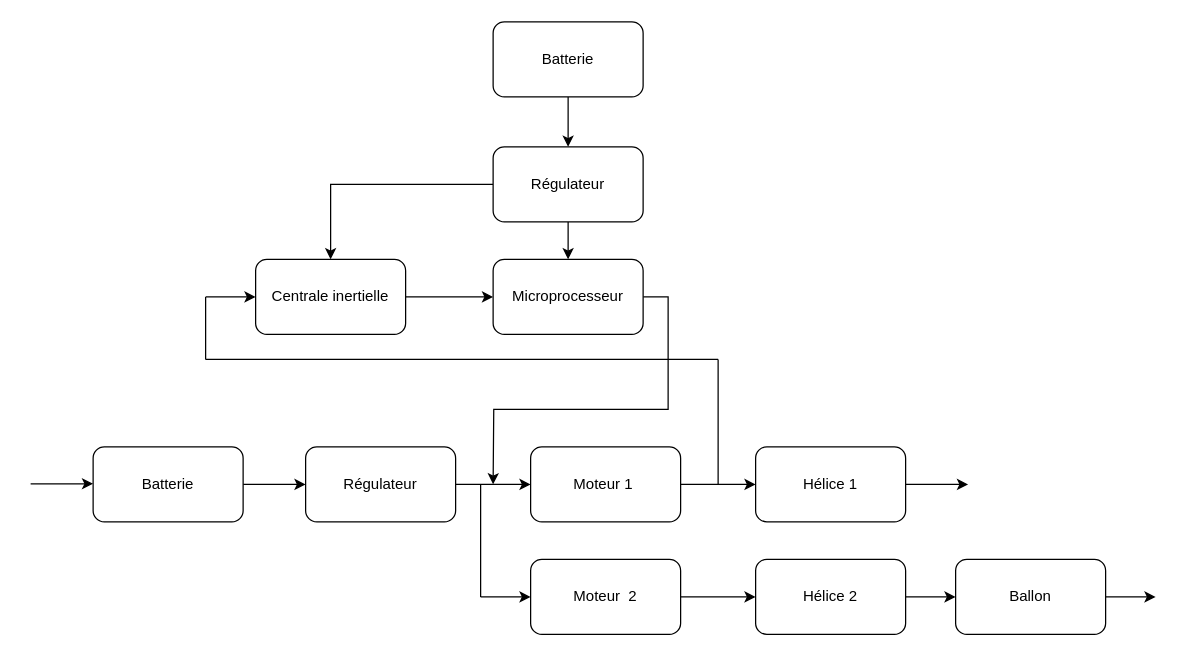
Before: Diagramme sans nom.drawio in 0reoAurelien/projet-hovercraft, a draw.io diagram. Source tidied: cells renumbered, new cells numbered last; positions are measured from the earlier drawing's top-left corner, leaving out a move shared by most shapes. Both pictures are drawn from the tidied source at 125%, with x=0, y=0 at pixel (30, 21).
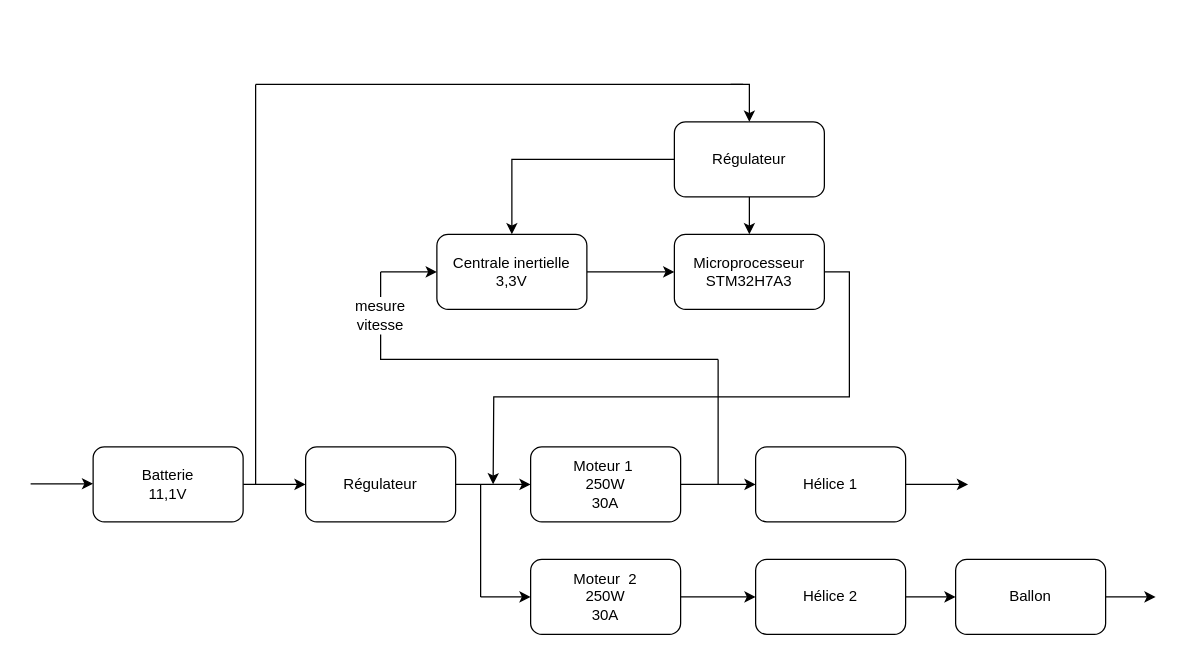
The same diagram, later.

Commit message:
Mettre à jour Diagramme sans nom.drawio

Change to the diagram source:
```diff
@@
-    <mxCell id="3" value="Moteur 1&amp;nbsp;" style="rounded=1;whiteSpace=wrap;html=1;" parent="1" vertex="1">
+    <mxCell id="3" value="Moteur 1&amp;nbsp;&lt;br&gt;250W&lt;br&gt;30A" style="rounded=1;whiteSpace=wrap;html=1;" parent="1" vertex="1">
       <mxGeometry x="400" y="340" width="120" height="60" as="geometry" />
     </mxCell>
@@
-    <mxCell id="5" value="Centrale inertielle" style="rounded=1;whiteSpace=wrap;html=1;" parent="1" vertex="1">
-      <mxGeometry x="180" y="190" width="120" height="60" as="geometry" />
+    <mxCell id="5" value="Centrale inertielle&lt;br&gt;3,3V" style="rounded=1;whiteSpace=wrap;html=1;" parent="1" vertex="1">
+      <mxGeometry x="325" y="170" width="120" height="60" as="geometry" />
     </mxCell>
@@
-    <mxCell id="7" value="Microprocesseur" style="rounded=1;whiteSpace=wrap;html=1;" parent="1" vertex="1">
-      <mxGeometry x="370" y="190" width="120" height="60" as="geometry" />
+    <mxCell id="7" value="Microprocesseur&lt;br&gt;STM32H7A3" style="rounded=1;whiteSpace=wrap;html=1;" parent="1" vertex="1">
+      <mxGeometry x="515" y="170" width="120" height="60" as="geometry" />
     </mxCell>
@@
     <mxCell id="12" value="Régulateur" style="rounded=1;whiteSpace=wrap;html=1;" parent="1" vertex="1">
-      <mxGeometry x="370" y="100" width="120" height="60" as="geometry" />
+      <mxGeometry x="515" y="80" width="120" height="60" as="geometry" />
     </mxCell>
@@
-    <mxCell id="16" value="Batterie" style="rounded=1;whiteSpace=wrap;html=1;" parent="1" vertex="1">
+    <mxCell id="16" value="Batterie&lt;br&gt;11,1V" style="rounded=1;whiteSpace=wrap;html=1;" parent="1" vertex="1">
       <mxGeometry x="50" y="340" width="120" height="60" as="geometry" />
     </mxCell>
-    <mxCell id="17" style="edgeStyle=orthogonalEdgeStyle;rounded=0;jettySize=auto;html=1;exitX=0.5;exitY=1;exitDx=0;exitDy=0;entryX=0.5;entryY=0;entryDx=0;entryDy=0;" parent="1" edge="1" source="18" target="12">
-      <mxGeometry relative="1" as="geometry" />
-    </mxCell>
-    <mxCell id="18" value="Batterie" style="rounded=1;whiteSpace=wrap;html=1;" parent="1" vertex="1">
-      <mxGeometry x="370" width="120" height="60" as="geometry" />
-    </mxCell>
     <mxCell id="19" style="endArrow=classic;html=1;rounded=0;" parent="1" edge="1">
       <mxGeometry relative="1" as="geometry">
-        <mxPoint x="140" y="220" as="sourcePoint" />
-        <mxPoint x="180" y="220" as="targetPoint" />
+        <mxPoint x="280" y="200" as="sourcePoint" />
+        <mxPoint x="325" y="200" as="targetPoint" />
       </mxGeometry>
     </mxCell>
-    <mxCell id="20" style="endArrow=none;html=1;rounded=0;" parent="1" edge="1">
-      <mxGeometry relative="1" as="geometry">
-        <mxPoint x="140" y="270" as="sourcePoint" />
-        <mxPoint x="140" y="220" as="targetPoint" />
-      </mxGeometry>
-    </mxCell>
-    <mxCell id="21" style="endArrow=none;html=1;rounded=0;" parent="1" edge="1">
-      <mxGeometry relative="1" as="geometry">
-        <mxPoint x="140" y="270" as="sourcePoint" />
-        <mxPoint x="550" y="270" as="targetPoint" />
-      </mxGeometry>
-    </mxCell>
@@
-    <mxCell id="25" value="Moteur &amp;nbsp;2" style="rounded=1;whiteSpace=wrap;html=1;" parent="1" vertex="1">
+    <mxCell id="25" value="Moteur &amp;nbsp;2&lt;br&gt;250W&lt;br&gt;30A" style="rounded=1;whiteSpace=wrap;html=1;" parent="1" vertex="1">
       <mxGeometry x="400" y="430" width="120" height="60" as="geometry" />
     </mxCell>
@@
+    <mxCell id="32" style="endArrow=none;html=1;rounded=0;" parent="1" edge="1" source="37">
+      <mxGeometry relative="1" as="geometry">
+        <mxPoint x="280" y="200" as="targetPoint" />
+      </mxGeometry>
+    </mxCell>
+    <mxCell id="33" style="endArrow=none;html=1;rounded=0;" parent="1" edge="1">
+      <mxGeometry relative="1" as="geometry">
+        <mxPoint x="180" y="370" as="sourcePoint" />
+        <mxPoint x="180" y="50" as="targetPoint" />
+      </mxGeometry>
+    </mxCell>
+    <mxCell id="34" style="endArrow=classic;html=1;rounded=0;entryX=0.5;entryY=0;entryDx=0;entryDy=0;" parent="1" edge="1" target="12">
+      <mxGeometry relative="1" as="geometry">
+        <mxPoint x="560" y="50" as="sourcePoint" />
+        <Array as="points">
+          <mxPoint x="575" y="50" />
+        </Array>
+      </mxGeometry>
+    </mxCell>
+    <mxCell id="35" style="endArrow=none;html=1;rounded=0;" parent="1" edge="1">
+      <mxGeometry relative="1" as="geometry">
+        <mxPoint x="180" y="50" as="sourcePoint" />
+        <mxPoint x="570" y="50" as="targetPoint" />
+      </mxGeometry>
+    </mxCell>
+    <mxCell id="36" style="endArrow=none;html=1;rounded=0;" parent="1" edge="1" target="37">
+      <mxGeometry relative="1" as="geometry">
+        <mxPoint x="550" y="270" as="sourcePoint" />
+        <Array as="points">
+          <mxPoint x="280" y="270" />
+        </Array>
+      </mxGeometry>
+    </mxCell>
+    <mxCell id="37" value="mesure vitesse" style="text;html=1;strokeColor=none;fillColor=none;align=center;verticalAlign=middle;whiteSpace=wrap;rounded=0;" parent="1" vertex="1">
+      <mxGeometry x="250" y="220" width="60" height="30" as="geometry" />
+    </mxCell>
```
